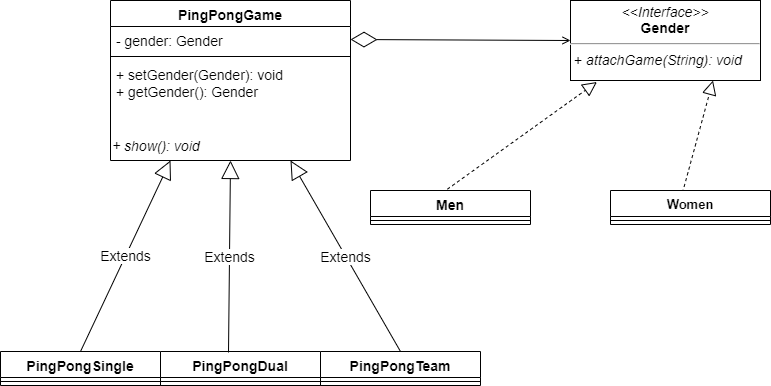
This is class-diagrams/bridge.drawio.png from XiaogeS1024/OlympicGames, a draw.io export, as it was before one commit. Source tidied: cells renumbered, new cells last; positions are measured from the earlier drawing's top-left corner, leaving out a move shared by most shapes.
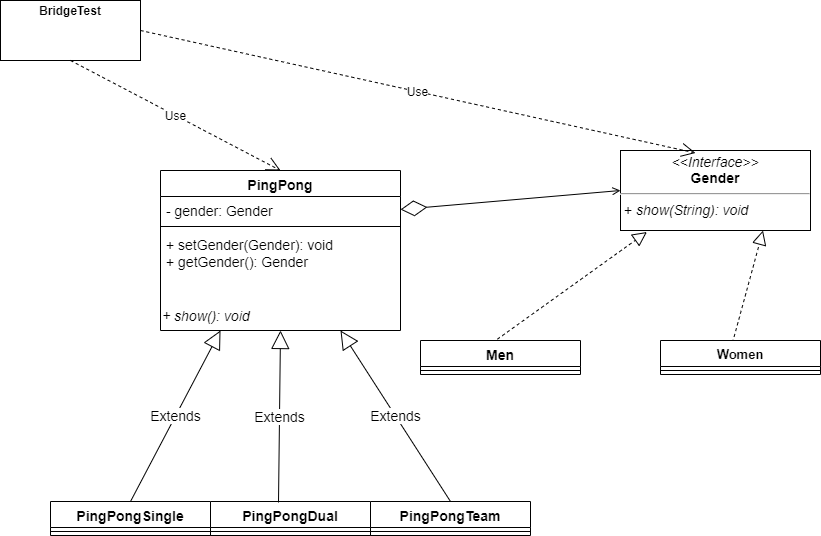
The same file after the commit.

Diff of the diagram source:
```diff
@@ -2,7 +2,7 @@
   <root>
     <mxCell id="0" />
     <mxCell id="1" parent="0" />
-    <mxCell id="2" value="&lt;p style=&quot;margin: 4px 0px 0px; text-align: center; font-size: 14px;&quot;&gt;&lt;i style=&quot;font-size: 14px;&quot;&gt;&amp;lt;&amp;lt;Interface&amp;gt;&amp;gt;&lt;/i&gt;&lt;br style=&quot;font-size: 14px;&quot;&gt;&lt;b style=&quot;font-size: 14px;&quot;&gt;Gender&lt;/b&gt;&lt;/p&gt;&lt;hr style=&quot;font-size: 14px;&quot;&gt;&lt;p style=&quot;margin: 0px 0px 0px 4px; font-size: 14px;&quot;&gt;+ &lt;font style=&quot;font-size: 14px;&quot;&gt;&lt;i style=&quot;font-size: 14px;&quot;&gt;attach&lt;/i&gt;&lt;/font&gt;&lt;i style=&quot;font-size: 14px;&quot;&gt;&lt;font style=&quot;font-size: 14px;&quot;&gt;Game(String): void&lt;/font&gt;&lt;/i&gt;&lt;/p&gt;" style="verticalAlign=top;align=left;overflow=fill;fontSize=14;fontFamily=Helvetica;html=1;" parent="1" vertex="1">
+    <mxCell id="2" value="&lt;p style=&quot;margin: 4px 0px 0px ; text-align: center ; font-size: 14px&quot;&gt;&lt;i style=&quot;font-size: 14px&quot;&gt;&amp;lt;&amp;lt;Interface&amp;gt;&amp;gt;&lt;/i&gt;&lt;br style=&quot;font-size: 14px&quot;&gt;&lt;b style=&quot;font-size: 14px&quot;&gt;Gender&lt;/b&gt;&lt;/p&gt;&lt;hr style=&quot;font-size: 14px&quot;&gt;&lt;p style=&quot;margin: 0px 0px 0px 4px ; font-size: 14px&quot;&gt;+ &lt;i&gt;show&lt;/i&gt;&lt;i style=&quot;font-size: 14px&quot;&gt;&lt;font style=&quot;font-size: 14px&quot;&gt;(String): void&lt;/font&gt;&lt;/i&gt;&lt;/p&gt;" style="verticalAlign=top;align=left;overflow=fill;fontSize=14;fontFamily=Helvetica;html=1;" parent="1" vertex="1">
       <mxGeometry x="570" width="190" height="80" as="geometry" />
     </mxCell>
     <mxCell id="3" style="endArrow=block;dashed=1;endFill=0;endSize=12;html=1;entryX=0.139;entryY=1.019;entryDx=0;entryDy=0;entryPerimeter=0;exitX=0.45;exitY=0.064;exitDx=0;exitDy=0;exitPerimeter=0;" parent="1" edge="1" source="4" target="2">
@@ -23,8 +23,8 @@
     <mxCell id="8" style="line;strokeWidth=1;fillColor=none;align=left;verticalAlign=middle;spacingTop=-1;spacingLeft=3;spacingRight=3;labelPosition=right;" parent="7" vertex="1">
       <mxGeometry y="26" width="160" height="8" as="geometry" />
     </mxCell>
-    <mxCell id="9" value="PingPongGame" style="swimlane;fontStyle=1;align=center;verticalAlign=top;horizontal=1;startSize=26;fontSize=14;" parent="1" vertex="1">
-      <mxGeometry x="110" width="240" height="160" as="geometry" />
+    <mxCell id="9" value="PingPong&#10;" style="swimlane;fontStyle=1;align=center;verticalAlign=top;horizontal=1;startSize=26;fontSize=14;" parent="1" vertex="1">
+      <mxGeometry x="110" y="20" width="240" height="160" as="geometry" />
     </mxCell>
     <mxCell id="10" value="- gender: Gender" style="text;strokeColor=none;fillColor=none;align=left;verticalAlign=top;spacingLeft=4;spacingRight=4;overflow=hidden;points=[[0,0.5],[1,0.5]];portConstraint=eastwest;fontSize=14;" parent="9" vertex="1">
       <mxGeometry y="26" width="240" height="26" as="geometry" />
@@ -68,5 +68,14 @@
     <mxCell id="23" value="Extends" style="endArrow=block;endSize=16;endFill=0;html=1;fontSize=14;exitX=0.5;exitY=0;exitDx=0;exitDy=0;entryX=0.75;entryY=1;entryDx=0;entryDy=0;" parent="1" edge="1" source="19" target="13">
       <mxGeometry relative="1" as="geometry" />
     </mxCell>
+    <mxCell id="24" value="&lt;p style=&quot;margin: 0px ; margin-top: 4px ; text-align: center&quot;&gt;&lt;b&gt;BridgeTest&lt;/b&gt;&lt;/p&gt;" style="verticalAlign=top;align=left;overflow=fill;fontSize=12;fontFamily=Helvetica;html=1;" parent="1" vertex="1">
+      <mxGeometry x="-50" y="-150" width="140" height="60" as="geometry" />
+    </mxCell>
+    <mxCell id="25" value="Use" style="endArrow=open;endSize=12;dashed=1;html=1;rounded=0;exitX=0.5;exitY=1;exitDx=0;exitDy=0;entryX=0.5;entryY=0;entryDx=0;entryDy=0;" parent="1" edge="1" source="24" target="9">
+      <mxGeometry relative="1" as="geometry" />
+    </mxCell>
+    <mxCell id="26" value="Use" style="endArrow=open;endSize=12;dashed=1;html=1;rounded=0;exitX=1;exitY=0.5;exitDx=0;exitDy=0;entryX=0.395;entryY=0.031;entryDx=0;entryDy=0;entryPerimeter=0;" parent="1" edge="1" source="24" target="2">
+      <mxGeometry relative="1" as="geometry" />
+    </mxCell>
   </root>
 </mxGraphModel>
```
